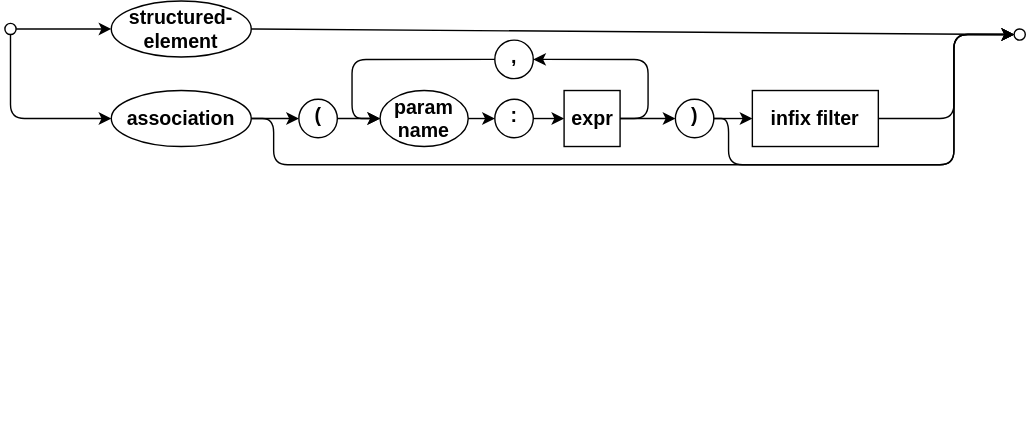
Before: assets/cxl/path-segment.drawio.svg, a diagram exported from draw.io (capire/docs). Source tidied: cells renumbered, new cells last; positions are measured from the earlier drawing's top-left corner, leaving out a move shared by most shapes.
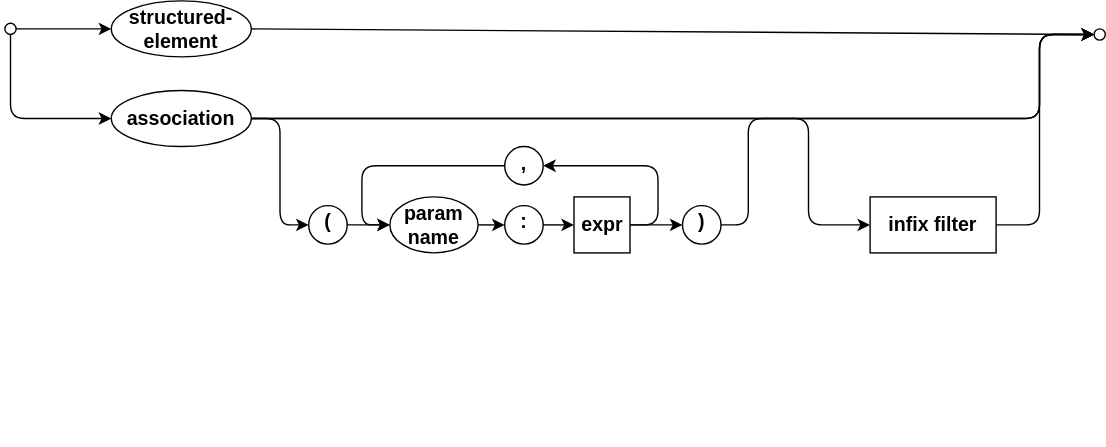
Above is the later version.

Commit message:
small infix filter update

Diff of the diagram source:
```diff
@@ -3,7 +3,7 @@
     <mxCell id="0" />
     <mxCell id="1" parent="0" />
     <mxCell id="2" value="Best viewed with the &lt;a href=&quot;https://github.com/ariel-bentu/tam-drawio&quot;&gt;TAM plugin&lt;/a&gt;" style="text;html=1;shape=tamPluginMissing;" parent="1" vertex="1">
-      <mxGeometry x="362.5" y="293" width="200" height="25" as="geometry" />
+      <mxGeometry x="391" y="293" width="200" height="25" as="geometry" />
     </mxCell>
     <mxCell id="3" style="edgeStyle=none;html=1;fontStyle=1;verticalAlign=middle;fontSize=14;textDirection=ltr;strokeWidth=1;" parent="1" edge="1" source="4" target="6">
       <mxGeometry relative="1" as="geometry" />
@@ -25,25 +25,25 @@
       <mxGeometry x="76" y="64" width="100" height="40" as="geometry" />
     </mxCell>
     <mxCell id="8" style="ellipse;whiteSpace=wrap;html=1;fontStyle=1;verticalAlign=middle;fontSize=14;textDirection=ltr;strokeWidth=1;" parent="1" vertex="1">
-      <mxGeometry x="721" y="20" width="8" height="8" as="geometry" />
+      <mxGeometry x="778" y="20" width="8" height="8" as="geometry" />
     </mxCell>
     <mxCell id="9" style="edgeStyle=none;html=1;exitX=1;exitY=0.5;exitDx=0;exitDy=0;entryX=0;entryY=0.5;entryDx=0;entryDy=0;fontStyle=1;verticalAlign=middle;fontSize=14;textDirection=ltr;strokeWidth=1;" parent="1" edge="1" source="6" target="8">
       <mxGeometry relative="1" as="geometry" />
     </mxCell>
     <mxCell id="10" value="infix filter" style="rounded=0;whiteSpace=wrap;html=1;strokeWidth=1;arcSize=37;fontStyle=1;verticalAlign=middle;fontSize=14;textDirection=ltr;" parent="1" vertex="1">
-      <mxGeometry x="534" y="64" width="90" height="40" as="geometry" />
+      <mxGeometry x="618" y="140" width="90" height="40" as="geometry" />
     </mxCell>
     <mxCell id="11" value="param name" style="ellipse;align=center;newEdgeStyle={&quot;edgeStyle&quot;:&quot;entityRelationEdgeStyle&quot;,&quot;startArrow&quot;:&quot;none&quot;,&quot;endArrow&quot;:&quot;none&quot;,&quot;segment&quot;:10,&quot;curved&quot;:1,&quot;sourcePerimeterSpacing&quot;:0,&quot;targetPerimeterSpacing&quot;:0};textDirection=ltr;verticalAlign=middle;spacing=2;strokeWidth=1;fontSize=14;fontStyle=1;horizontal=1;whiteSpace=wrap;html=1;labelBorderColor=none;textShadow=0;" parent="1" vertex="1">
-      <mxGeometry x="268" y="64" width="63" height="40" as="geometry" />
+      <mxGeometry x="275" y="140" width="63" height="40" as="geometry" />
     </mxCell>
     <mxCell id="12" value=":" style="ellipse;verticalAlign=middle;spacingBottom=4;textDirection=ltr;spacing=2;strokeWidth=1;fontSize=14;fontStyle=1;horizontal=1;whiteSpace=wrap;html=1;labelBorderColor=none;textShadow=0;" parent="1" vertex="1">
-      <mxGeometry x="350" y="70.2" width="27.5" height="27.5" as="geometry" />
+      <mxGeometry x="357" y="146.2" width="27.5" height="27.5" as="geometry" />
     </mxCell>
     <mxCell id="13" style="edgeStyle=none;html=1;" parent="1" edge="1" source="14" target="21">
       <mxGeometry relative="1" as="geometry" />
     </mxCell>
     <mxCell id="14" value="expr" style="rounded=0;strokeWidth=1;arcSize=37;textDirection=ltr;verticalAlign=middle;spacing=2;fontSize=14;fontStyle=1;horizontal=1;whiteSpace=wrap;html=1;labelBorderColor=none;textShadow=0;strokeColor=default;align=center;fontFamily=Helvetica;fontColor=default;fillColor=default;" parent="1" vertex="1">
-      <mxGeometry x="399.5" y="64" width="40" height="40" as="geometry" />
+      <mxGeometry x="406.5" y="140" width="40" height="40" as="geometry" />
     </mxCell>
     <mxCell id="15" style="edgeStyle=orthogonalEdgeStyle;rounded=1;jettySize=auto;html=1;exitX=1;exitY=0.5;exitDx=0;exitDy=0;entryX=0;entryY=0.5;entryDx=0;entryDy=0;startArrow=none;startFill=0;endArrow=classic;endFill=1;startSize=6;endSize=6;align=center;fontSize=12;labelBackgroundColor=none;" parent="1" edge="1" source="11" target="12">
       <mxGeometry relative="1" as="geometry" />
@@ -52,13 +52,13 @@
       <mxGeometry relative="1" as="geometry" />
     </mxCell>
     <mxCell id="17" value="," style="ellipse;verticalAlign=middle;spacingBottom=4;textDirection=ltr;spacing=2;strokeWidth=1;fontSize=14;fontStyle=1;horizontal=1;whiteSpace=wrap;html=1;labelBorderColor=none;textShadow=0;" parent="1" vertex="1">
-      <mxGeometry x="350" y="28" width="27.5" height="27.5" as="geometry" />
+      <mxGeometry x="357" y="104" width="27.5" height="27.5" as="geometry" />
     </mxCell>
     <mxCell id="18" style="edgeStyle=orthogonalEdgeStyle;rounded=1;jettySize=auto;html=1;exitX=1;exitY=0.5;exitDx=0;exitDy=0;entryX=0;entryY=0.5;entryDx=0;entryDy=0;startArrow=none;startFill=0;endArrow=classic;endFill=1;startSize=6;endSize=6;align=center;fontSize=12;labelBackgroundColor=none;" parent="1" edge="1" source="10" target="8">
       <mxGeometry relative="1" as="geometry">
         <Array as="points">
-          <mxPoint x="678" y="84" />
-          <mxPoint x="678" y="24" />
+          <mxPoint x="739" y="160" />
+          <mxPoint x="739" y="24" />
         </Array>
       </mxGeometry>
     </mxCell>
@@ -66,17 +66,14 @@
       <mxGeometry relative="1" as="geometry" />
     </mxCell>
     <mxCell id="20" value="(" style="ellipse;verticalAlign=middle;spacingBottom=4;textDirection=ltr;spacing=2;strokeWidth=1;fontSize=14;fontStyle=1;horizontal=1;whiteSpace=wrap;html=1;labelBorderColor=none;textShadow=0;" parent="1" vertex="1">
-      <mxGeometry x="210" y="70.2" width="27.5" height="27.5" as="geometry" />
+      <mxGeometry x="217" y="146.2" width="27.5" height="27.5" as="geometry" />
     </mxCell>
     <mxCell id="21" value=")" style="ellipse;verticalAlign=middle;spacingBottom=4;textDirection=ltr;spacing=2;strokeWidth=1;fontSize=14;fontStyle=1;horizontal=1;whiteSpace=wrap;html=1;labelBorderColor=none;textShadow=0;" parent="1" vertex="1">
-      <mxGeometry x="479" y="70.2" width="27.5" height="27.5" as="geometry" />
+      <mxGeometry x="484" y="146.2" width="27.5" height="27.5" as="geometry" />
     </mxCell>
     <mxCell id="22" style="edgeStyle=orthogonalEdgeStyle;rounded=1;jettySize=auto;html=1;exitX=0;exitY=0.5;exitDx=0;exitDy=0;entryX=0;entryY=0.5;entryDx=0;entryDy=0;startArrow=none;startFill=0;endArrow=classic;endFill=1;startSize=6;endSize=6;align=center;fontSize=12;labelBackgroundColor=none;" parent="1" edge="1" source="17" target="11">
       <mxGeometry relative="1" as="geometry" />
     </mxCell>
-    <mxCell id="23" style="edgeStyle=orthogonalEdgeStyle;rounded=1;jettySize=auto;html=1;exitX=1;exitY=0.5;exitDx=0;exitDy=0;entryX=0;entryY=0.5;entryDx=0;entryDy=0;startArrow=none;startFill=0;endArrow=classic;endFill=1;startSize=6;endSize=6;align=center;fontSize=12;labelBackgroundColor=none;" parent="1" edge="1" source="21" target="10">
-      <mxGeometry relative="1" as="geometry" />
-    </mxCell>
     <mxCell id="24" style="edgeStyle=orthogonalEdgeStyle;rounded=1;jettySize=auto;html=1;exitX=1;exitY=0.5;exitDx=0;exitDy=0;entryX=0;entryY=0.5;entryDx=0;entryDy=0;startArrow=none;startFill=0;endArrow=classic;endFill=1;startSize=6;endSize=6;align=center;fontSize=12;labelBackgroundColor=none;" parent="1" edge="1" source="7" target="20">
       <mxGeometry relative="1" as="geometry" />
     </mxCell>
@@ -86,22 +83,28 @@
     <mxCell id="26" style="edgeStyle=orthogonalEdgeStyle;rounded=1;jettySize=auto;html=1;exitX=1;exitY=0.5;exitDx=0;exitDy=0;entryX=0;entryY=0.5;entryDx=0;entryDy=0;startArrow=none;startFill=0;endArrow=classic;endFill=1;startSize=6;endSize=6;align=center;fontSize=12;labelBackgroundColor=none;" parent="1" edge="1" source="7" target="8">
       <mxGeometry relative="1" as="geometry">
         <Array as="points">
-          <mxPoint x="192" y="84" />
-          <mxPoint x="192" y="117" />
-          <mxPoint x="678" y="117" />
-          <mxPoint x="678" y="24" />
+          <mxPoint x="739" y="84" />
+          <mxPoint x="739" y="24" />
         </Array>
       </mxGeometry>
     </mxCell>
     <mxCell id="27" style="edgeStyle=orthogonalEdgeStyle;rounded=1;jettySize=auto;html=1;exitX=1;exitY=0.5;exitDx=0;exitDy=0;entryX=0;entryY=0.5;entryDx=0;entryDy=0;startArrow=none;startFill=0;endArrow=classic;endFill=1;startSize=6;endSize=6;align=center;fontSize=12;labelBackgroundColor=none;" parent="1" edge="1" source="21" target="8">
       <mxGeometry relative="1" as="geometry">
         <Array as="points">
-          <mxPoint x="517" y="84" />
-          <mxPoint x="517" y="117" />
-          <mxPoint x="678" y="117" />
-          <mxPoint x="678" y="24" />
+          <mxPoint x="531" y="160" />
+          <mxPoint x="531" y="84" />
+          <mxPoint x="739" y="84" />
+          <mxPoint x="739" y="24" />
         </Array>
       </mxGeometry>
     </mxCell>
+    <mxCell id="28" style="edgeStyle=orthogonalEdgeStyle;rounded=1;jettySize=auto;html=1;exitX=1;exitY=0.5;exitDx=0;exitDy=0;entryX=0;entryY=0.5;entryDx=0;entryDy=0;startArrow=none;startFill=0;endArrow=classic;endFill=1;startSize=6;endSize=6;align=center;fontSize=12;labelBackgroundColor=none;" parent="1" edge="1" source="7" target="10">
+      <mxGeometry relative="1" as="geometry">
+        <Array as="points">
+          <mxPoint x="574" y="84" />
+          <mxPoint x="574" y="160" />
+        </Array>
+      </mxGeometry>
+    </mxCell>
   </root>
 </mxGraphModel>
```
